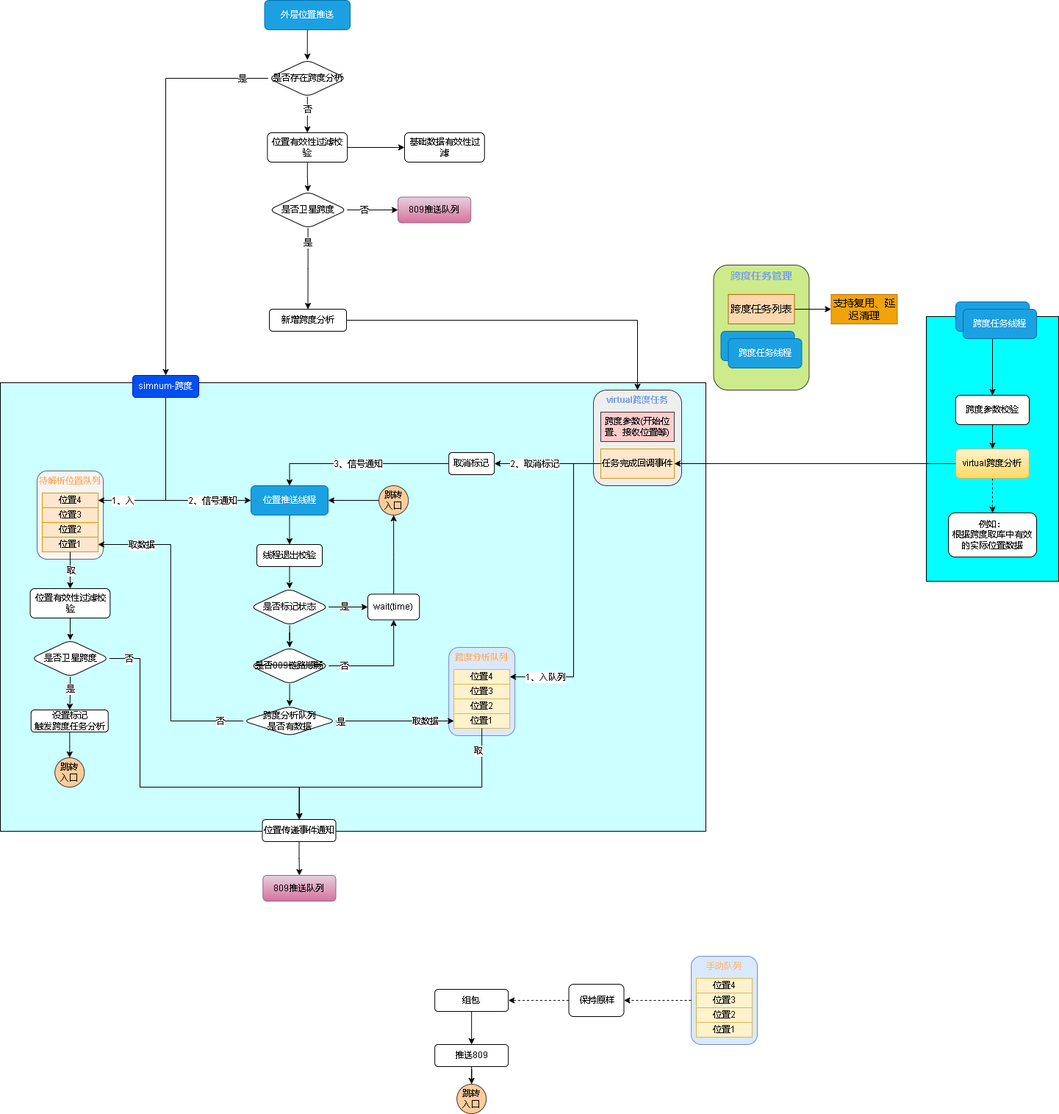
Before: 809数据跨度.drawio.png, a diagram exported from draw.io (xktder/draw). Source tidied: cells renumbered, new cells last; positions are measured from the earlier drawing's top-left corner, leaving out a move shared by most shapes.
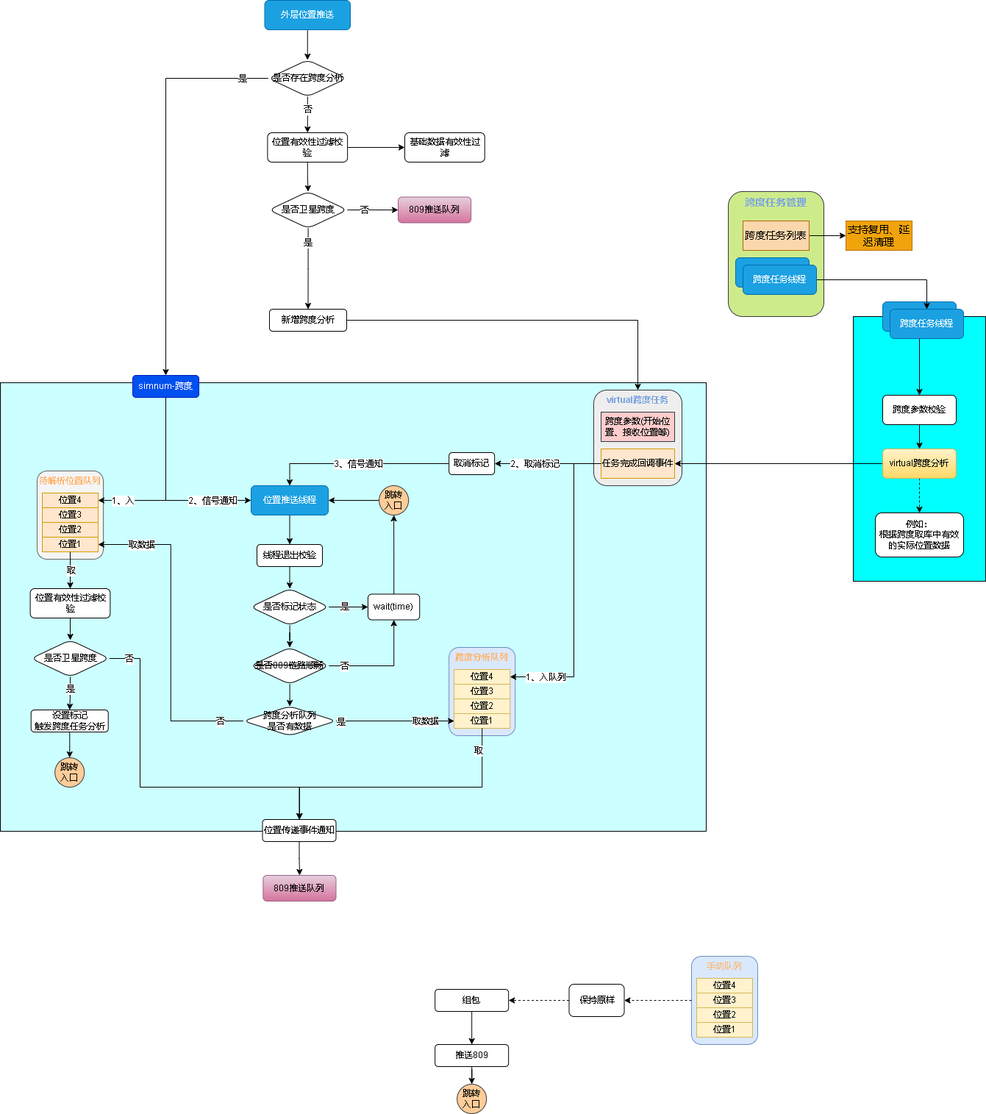
After the change.

Commit message:
更新809数据跨度.drawio.png

Change to the diagram source:
```diff
@@ -3,7 +3,7 @@
     <mxCell id="0" />
     <mxCell id="1" parent="0" />
     <mxCell id="2" style="rounded=0;whiteSpace=wrap;html=1;fontColor=#000000;fillColor=#00FFFF;" parent="1" vertex="1">
-      <mxGeometry x="1260" y="430" width="180" height="360" as="geometry" />
+      <mxGeometry x="1160" y="430" width="180" height="360" as="geometry" />
     </mxCell>
     <mxCell id="3" style="rounded=0;whiteSpace=wrap;html=1;fontColor=#000000;fillColor=#CCFFFF;" parent="1" vertex="1">
       <mxGeometry y="520" width="960" height="610" as="geometry" />
@@ -293,13 +293,13 @@
       <mxGeometry relative="1" as="geometry" />
     </mxCell>
     <mxCell id="83" value="跨度任务线程" style="rounded=1;whiteSpace=wrap;html=1;fontColor=#ffffff;fillColor=#1ba1e2;strokeColor=#006EAF;" parent="1" vertex="1">
-      <mxGeometry x="1300" y="410" width="100" height="40" as="geometry" />
+      <mxGeometry x="1200" y="410" width="100" height="40" as="geometry" />
     </mxCell>
     <mxCell id="84" style="edgeStyle=orthogonalEdgeStyle;rounded=0;jettySize=auto;html=1;fontColor=#000000;" parent="1" edge="1" source="85" target="88">
       <mxGeometry relative="1" as="geometry" />
     </mxCell>
     <mxCell id="85" value="跨度参数校验" style="rounded=1;whiteSpace=wrap;html=1;fontColor=#000000;" parent="1" vertex="1">
-      <mxGeometry x="1300" y="537" width="100" height="40" as="geometry" />
+      <mxGeometry x="1200" y="537" width="100" height="40" as="geometry" />
     </mxCell>
     <mxCell id="86" style="edgeStyle=orthogonalEdgeStyle;rounded=0;jettySize=auto;html=1;entryX=1;entryY=0.5;entryDx=0;entryDy=0;fontColor=#000000;" parent="1" edge="1" source="88" target="74">
       <mxGeometry relative="1" as="geometry" />
@@ -308,10 +308,10 @@
       <mxGeometry relative="1" as="geometry" />
     </mxCell>
     <mxCell id="88" value="virtual跨度分析" style="whiteSpace=wrap;html=1;rounded=1;fillColor=#fff2cc;gradientColor=#ffd966;strokeColor=#d6b656;" parent="1" vertex="1">
-      <mxGeometry x="1300" y="610" width="100" height="40" as="geometry" />
+      <mxGeometry x="1200" y="610" width="100" height="40" as="geometry" />
     </mxCell>
     <mxCell id="89" value="例如：&lt;br&gt;根据跨度取库中有效的实际位置数据" style="rounded=1;whiteSpace=wrap;html=1;fontColor=#000000;" parent="1" vertex="1">
-      <mxGeometry x="1290" y="697" width="120" height="60" as="geometry" />
+      <mxGeometry x="1190" y="697" width="120" height="60" as="geometry" />
     </mxCell>
     <mxCell id="90" style="edgeStyle=orthogonalEdgeStyle;rounded=0;jettySize=auto;html=1;entryX=1;entryY=0.5;entryDx=0;entryDy=0;dashed=1;fontColor=#7EA6E0;" parent="1" edge="1" source="91" target="58">
       <mxGeometry relative="1" as="geometry" />
@@ -386,28 +386,31 @@
       <mxGeometry x="357.4" y="1190" width="99.1" height="35" as="geometry" />
     </mxCell>
     <mxCell id="112" value="跨度任务线程" style="rounded=1;whiteSpace=wrap;html=1;fontColor=#ffffff;fillColor=#1ba1e2;strokeColor=#006EAF;" parent="1" vertex="1">
-      <mxGeometry x="1310" y="420" width="100" height="40" as="geometry" />
+      <mxGeometry x="1210" y="420" width="100" height="40" as="geometry" />
     </mxCell>
     <mxCell id="113" value="基础数据有效性过滤" style="rounded=1;whiteSpace=wrap;html=1;fontFamily=Helvetica;fontSize=12;fontColor=default;align=center;strokeColor=default;fillColor=default;" parent="1" vertex="1">
       <mxGeometry x="550" y="180" width="108.8" height="40" as="geometry" />
     </mxCell>
     <mxCell id="114" value="&lt;font color=&quot;#7ea6e0&quot; style=&quot;font-size: 14px;&quot;&gt;&lt;b&gt;跨度任务管理&lt;/b&gt;&lt;/font&gt;" style="rounded=1;whiteSpace=wrap;html=1;verticalAlign=top;fillColor=#cdeb8b;strokeColor=#36393d;" parent="1" vertex="1">
-      <mxGeometry x="970.5" y="360" width="130" height="170" as="geometry" />
+      <mxGeometry x="990" y="260" width="130" height="170" as="geometry" />
     </mxCell>
     <mxCell id="115" style="edgeStyle=orthogonalEdgeStyle;rounded=0;jettySize=auto;html=1;fontSize=14;fontColor=#000000;entryX=0;entryY=0.5;entryDx=0;entryDy=0;" parent="1" edge="1" source="116" target="117">
       <mxGeometry relative="1" as="geometry" />
     </mxCell>
     <mxCell id="116" value="跨度任务列表" style="rounded=0;whiteSpace=wrap;html=1;fontSize=14;fontStyle=0;fillColor=#fad7ac;strokeColor=#b46504;" parent="1" vertex="1">
-      <mxGeometry x="990.5" y="400" width="90" height="40" as="geometry" />
+      <mxGeometry x="1010" y="300" width="90" height="40" as="geometry" />
     </mxCell>
     <mxCell id="117" value="支持复用、延迟清理" style="rounded=0;whiteSpace=wrap;html=1;fontSize=14;fontColor=#000000;fontStyle=0;fillColor=#f0a30a;strokeColor=#BD7000;" parent="1" vertex="1">
-      <mxGeometry x="1130.5" y="400" width="90" height="40" as="geometry" />
+      <mxGeometry x="1150" y="300" width="90" height="40" as="geometry" />
     </mxCell>
     <mxCell id="118" value="跨度任务线程" style="rounded=1;whiteSpace=wrap;html=1;fontColor=#ffffff;fillColor=#1ba1e2;strokeColor=#006EAF;" parent="1" vertex="1">
-      <mxGeometry x="980.5" y="450" width="100" height="40" as="geometry" />
+      <mxGeometry x="1000" y="350" width="100" height="40" as="geometry" />
     </mxCell>
+    <mxCell id="120" style="edgeStyle=orthogonalEdgeStyle;rounded=0;jettySize=auto;html=1;fontSize=14;fontColor=#000000;" parent="1" edge="1" source="119" target="112">
+      <mxGeometry relative="1" as="geometry" />
+    </mxCell>
     <mxCell id="119" value="跨度任务线程" style="rounded=1;whiteSpace=wrap;html=1;fontColor=#ffffff;fillColor=#1ba1e2;strokeColor=#006EAF;" parent="1" vertex="1">
-      <mxGeometry x="990.5" y="460" width="100" height="40" as="geometry" />
+      <mxGeometry x="1010" y="360" width="100" height="40" as="geometry" />
     </mxCell>
   </root>
 </mxGraphModel>
```
